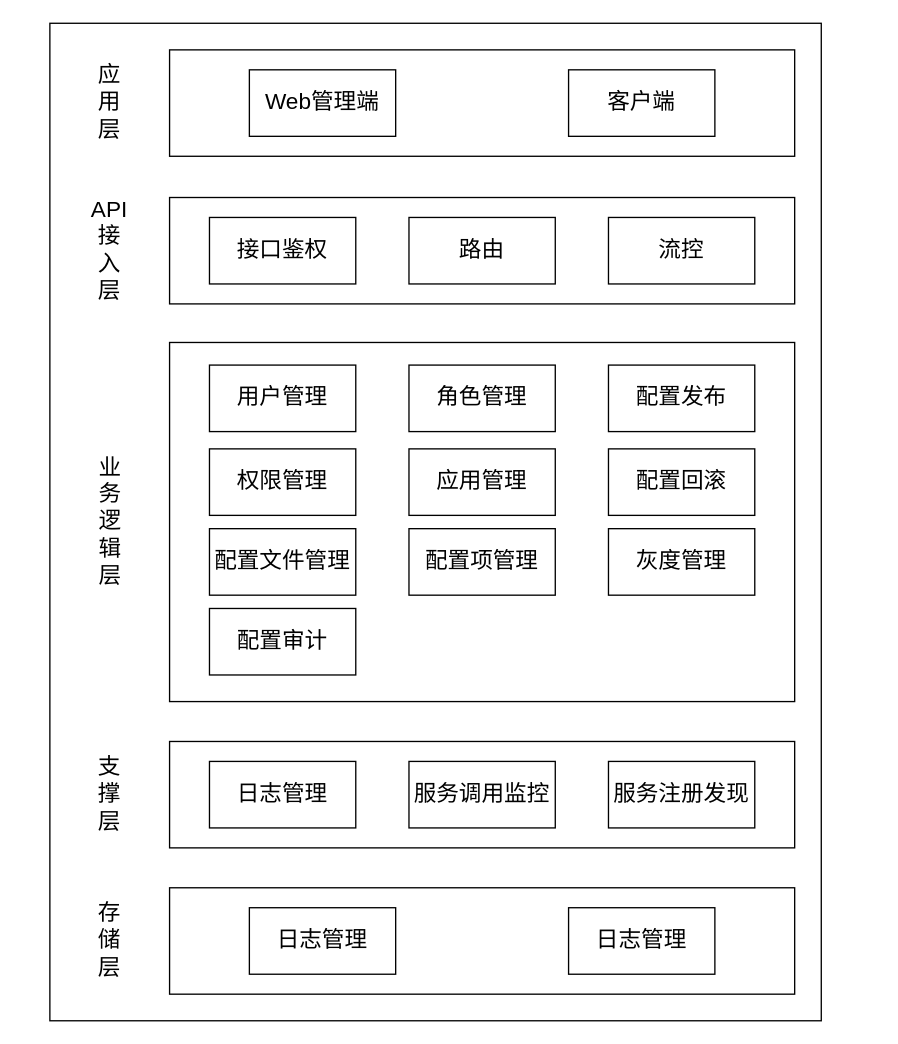
Before: page "体系架构" (11 of 11) of 泳道图.drawio in WWj5921/ConfigCenter, a draw.io diagram. Source tidied: cells renumbered, new cells numbered last; positions are measured from the earlier drawing's top-left corner, leaving out a move shared by most shapes. Both pictures are drawn from the tidied source at 133%, with x=0, y=0 at pixel (49, 23).
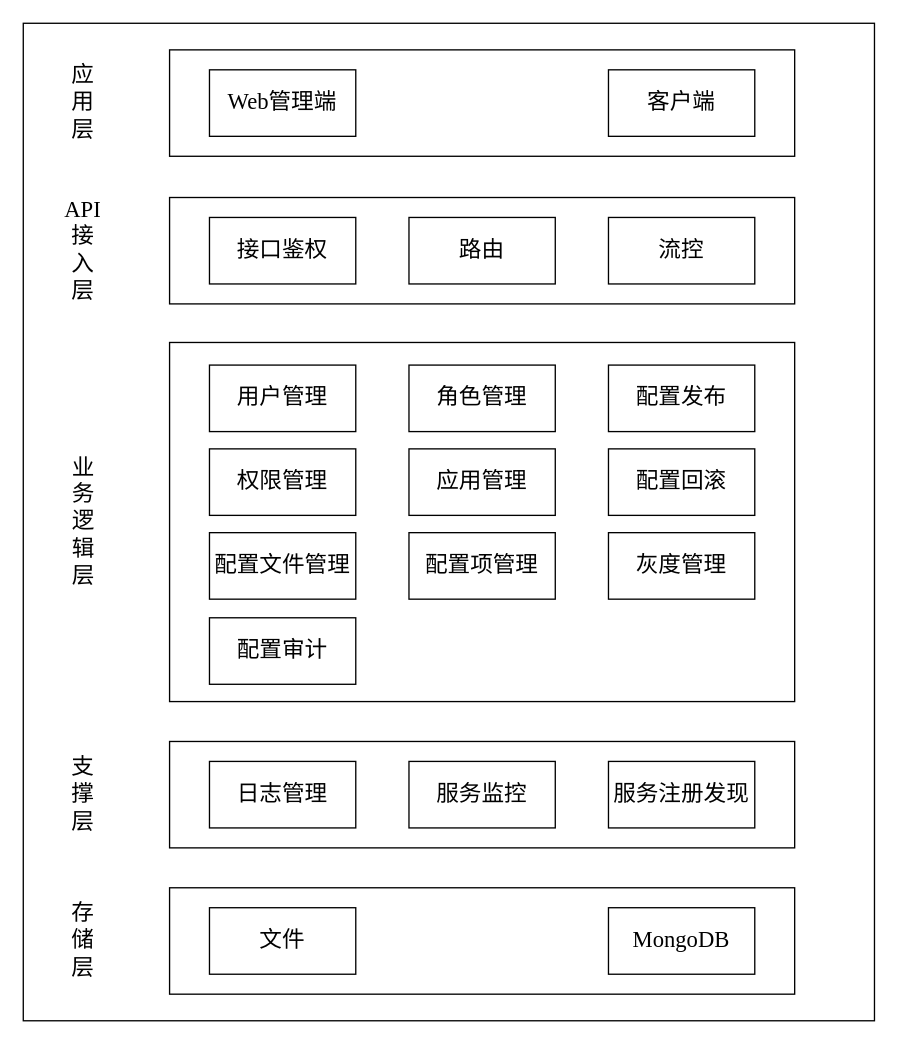
After the change.

Change to the diagram source:
```diff
@@
     <mxCell id="2" style="rounded=0;whiteSpace=wrap;html=1;fontFamily=华文宋体;fontSize=17;fontColor=none;strokeWidth=1;fillColor=default;" parent="1" vertex="1">
-      <mxGeometry width="580" height="750" as="geometry" />
+      <mxGeometry x="-20" width="640" height="750" as="geometry" />
     </mxCell>
@@
-    <mxCell id="8" value="Web管理端" style="rounded=0;whiteSpace=wrap;html=1;fontFamily=华文宋体;fontSize=17;fontColor=none;strokeWidth=1;fillColor=default;" parent="1" vertex="1">
-      <mxGeometry x="150" y="35" width="110" height="50" as="geometry" />
+    <mxCell id="8" value="&lt;font face=&quot;Times New Roman&quot;&gt;Web&lt;/font&gt;管理端" style="rounded=0;whiteSpace=wrap;html=1;fontFamily=华文宋体;fontSize=17;fontColor=none;strokeWidth=1;fillColor=default;" parent="1" vertex="1">
+      <mxGeometry x="120" y="35" width="110" height="50" as="geometry" />
     </mxCell>
     <mxCell id="9" value="客户端" style="rounded=0;whiteSpace=wrap;html=1;fontFamily=华文宋体;fontSize=17;fontColor=none;strokeWidth=1;fillColor=default;" parent="1" vertex="1">
-      <mxGeometry x="390" y="35" width="110" height="50" as="geometry" />
+      <mxGeometry x="420" y="35" width="110" height="50" as="geometry" />
     </mxCell>
@@
     <mxCell id="19" value="配置文件管理" style="rounded=0;whiteSpace=wrap;html=1;fontFamily=华文宋体;fontSize=17;fontColor=none;strokeWidth=1;fillColor=default;" parent="1" vertex="1">
-      <mxGeometry x="120" y="380" width="110" height="50" as="geometry" />
+      <mxGeometry x="120" y="383" width="110" height="50" as="geometry" />
     </mxCell>
     <mxCell id="20" value="配置项管理" style="rounded=0;whiteSpace=wrap;html=1;fontFamily=华文宋体;fontSize=17;fontColor=none;strokeWidth=1;fillColor=default;" parent="1" vertex="1">
-      <mxGeometry x="270" y="380" width="110" height="50" as="geometry" />
+      <mxGeometry x="270" y="383" width="110" height="50" as="geometry" />
     </mxCell>
     <mxCell id="21" value="灰度管理" style="rounded=0;whiteSpace=wrap;html=1;fontFamily=华文宋体;fontSize=17;fontColor=none;strokeWidth=1;fillColor=default;" parent="1" vertex="1">
-      <mxGeometry x="420" y="380" width="110" height="50" as="geometry" />
+      <mxGeometry x="420" y="383" width="110" height="50" as="geometry" />
     </mxCell>
     <mxCell id="22" value="配置审计" style="rounded=0;whiteSpace=wrap;html=1;fontFamily=华文宋体;fontSize=17;fontColor=none;strokeWidth=1;fillColor=default;" parent="1" vertex="1">
-      <mxGeometry x="120" y="440" width="110" height="50" as="geometry" />
+      <mxGeometry x="120" y="447" width="110" height="50" as="geometry" />
     </mxCell>
@@
-    <mxCell id="24" value="服务调用监控" style="rounded=0;whiteSpace=wrap;html=1;fontFamily=华文宋体;fontSize=17;fontColor=none;strokeWidth=1;fillColor=default;" parent="1" vertex="1">
+    <mxCell id="24" value="服务监控" style="rounded=0;whiteSpace=wrap;html=1;fontFamily=华文宋体;fontSize=17;fontColor=none;strokeWidth=1;fillColor=default;" parent="1" vertex="1">
       <mxGeometry x="270" y="555" width="110" height="50" as="geometry" />
     </mxCell>
@@
-    <mxCell id="26" value="日志管理" style="rounded=0;whiteSpace=wrap;html=1;fontFamily=华文宋体;fontSize=17;fontColor=none;strokeWidth=1;fillColor=default;" parent="1" vertex="1">
-      <mxGeometry x="150" y="665" width="110" height="50" as="geometry" />
+    <mxCell id="26" value="文件" style="rounded=0;whiteSpace=wrap;html=1;fontFamily=华文宋体;fontSize=17;fontColor=none;strokeWidth=1;fillColor=default;" parent="1" vertex="1">
+      <mxGeometry x="120" y="665" width="110" height="50" as="geometry" />
     </mxCell>
-    <mxCell id="27" value="日志管理" style="rounded=0;whiteSpace=wrap;html=1;fontFamily=华文宋体;fontSize=17;fontColor=none;strokeWidth=1;fillColor=default;" parent="1" vertex="1">
-      <mxGeometry x="390" y="665" width="110" height="50" as="geometry" />
+    <mxCell id="27" value="MongoDB" style="rounded=0;whiteSpace=wrap;html=1;fontFamily=Times New Roman;fontSize=17;fontColor=none;strokeWidth=1;fillColor=default;" parent="1" vertex="1">
+      <mxGeometry x="420" y="665" width="110" height="50" as="geometry" />
     </mxCell>
     <mxCell id="28" value="应用层" style="text;html=1;strokeColor=none;fillColor=none;align=center;verticalAlign=middle;whiteSpace=wrap;rounded=0;fontFamily=华文宋体;fontSize=17;fontColor=none;" parent="1" vertex="1">
-      <mxGeometry x="30" y="20" width="30" height="80" as="geometry" />
+      <mxGeometry x="10" y="20" width="30" height="80" as="geometry" />
     </mxCell>
-    <mxCell id="29" value="API&lt;br&gt;接&lt;br&gt;入&lt;br&gt;层" style="text;html=1;strokeColor=none;fillColor=none;align=center;verticalAlign=middle;whiteSpace=wrap;rounded=0;fontFamily=华文宋体;fontSize=17;fontColor=none;" parent="1" vertex="1">
-      <mxGeometry x="25" y="131" width="40" height="80" as="geometry" />
+    <mxCell id="29" value="&lt;font face=&quot;Times New Roman&quot;&gt;API&lt;/font&gt;&lt;br&gt;接&lt;br&gt;入&lt;br&gt;层" style="text;html=1;strokeColor=none;fillColor=none;align=center;verticalAlign=middle;whiteSpace=wrap;rounded=0;fontFamily=华文宋体;fontSize=17;fontColor=none;" parent="1" vertex="1">
+      <mxGeometry x="5" y="131" width="40" height="80" as="geometry" />
     </mxCell>
     <mxCell id="30" value="业务逻辑层" style="text;html=1;strokeColor=none;fillColor=none;align=center;verticalAlign=middle;whiteSpace=wrap;rounded=0;fontFamily=华文宋体;fontSize=17;fontColor=none;" parent="1" vertex="1">
-      <mxGeometry x="27.5" y="320" width="35" height="110" as="geometry" />
+      <mxGeometry x="7.5" y="320" width="35" height="110" as="geometry" />
     </mxCell>
     <mxCell id="31" value="支撑层" style="text;html=1;strokeColor=none;fillColor=none;align=center;verticalAlign=middle;whiteSpace=wrap;rounded=0;fontFamily=华文宋体;fontSize=17;fontColor=none;" parent="1" vertex="1">
-      <mxGeometry x="30" y="540" width="30" height="80" as="geometry" />
+      <mxGeometry x="10" y="540" width="30" height="80" as="geometry" />
     </mxCell>
     <mxCell id="32" value="存储层" style="text;html=1;strokeColor=none;fillColor=none;align=center;verticalAlign=middle;whiteSpace=wrap;rounded=0;fontFamily=华文宋体;fontSize=17;fontColor=none;" parent="1" vertex="1">
-      <mxGeometry x="30" y="650" width="30" height="80" as="geometry" />
+      <mxGeometry x="10" y="650" width="30" height="80" as="geometry" />
     </mxCell>
```
